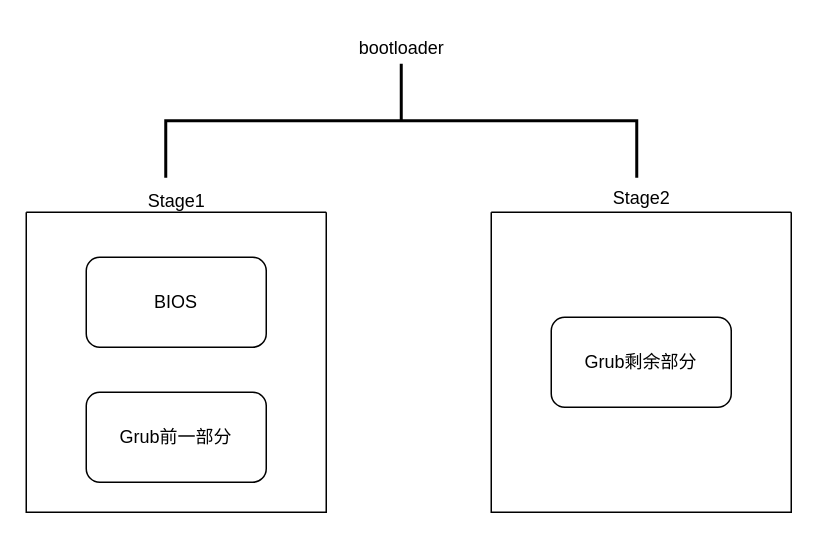
The draw.io diagram 操作系统.drawio in dx2331lxz/drawio, before the edit. Source tidied: cells renumbered, new cells numbered last; positions are measured from the earlier drawing's top-left corner, leaving out a move shared by most shapes. Both pictures are drawn from the tidied source at 150%, with x=0, y=0 at pixel (26, -116).
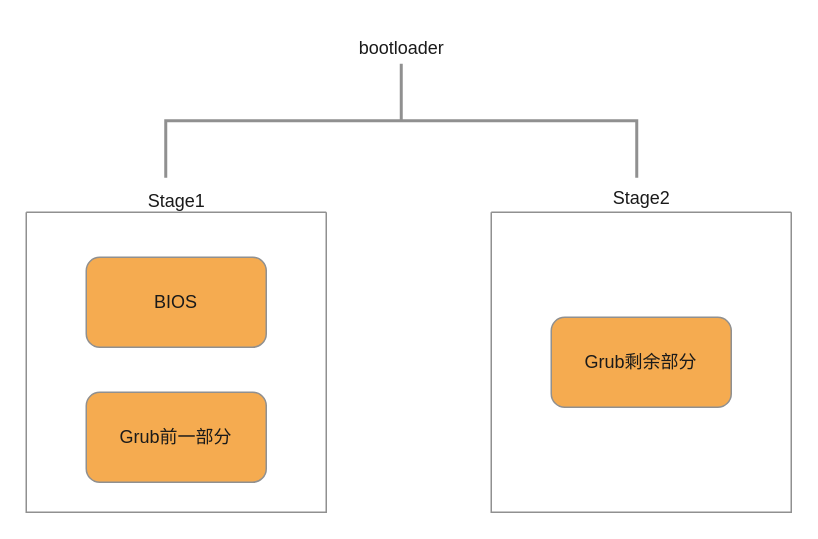
The same diagram, later.

Commit message:
更新操作系统.drawio

What changed in the source:
```diff
@@
 <mxGraphModel>
   <root>
     <mxCell id="0" />
     <mxCell id="1" parent="0" />
+    <mxCell id="13" style="group;labelBackgroundColor=none;fontColor=#1A1A1A;" parent="1" vertex="1">
+      <mxGeometry y="94" width="510" height="324" as="geometry" />
+    </mxCell>
-    <mxCell id="2" style="group;" parent="1" vertex="1">
-      <mxGeometry y="196" width="200" height="222" as="geometry" />
+    <mxCell id="2" style="group;labelBackgroundColor=none;fontColor=#1A1A1A;" parent="13" vertex="1">
+      <mxGeometry y="102" width="200" height="222" as="geometry" />
     </mxCell>
-    <mxCell id="3" style="swimlane;startSize=0;" parent="2" vertex="1">
+    <mxCell id="3" style="swimlane;startSize=0;labelBackgroundColor=none;fillColor=#F5AB50;strokeColor=#909090;fontColor=#1A1A1A;" parent="2" vertex="1">
       <mxGeometry y="22" width="200" height="200" as="geometry" />
     </mxCell>
-    <mxCell id="4" value="BIOS" style="rounded=1;whiteSpace=wrap;html=1;" parent="3" vertex="1">
+    <mxCell id="4" value="BIOS" style="rounded=1;whiteSpace=wrap;html=1;labelBackgroundColor=none;fillColor=#F5AB50;strokeColor=#909090;fontColor=#1A1A1A;" parent="3" vertex="1">
       <mxGeometry x="40" y="30" width="120" height="60" as="geometry" />
     </mxCell>
-    <mxCell id="5" value="Grub前一部分" style="rounded=1;whiteSpace=wrap;html=1;" parent="3" vertex="1">
+    <mxCell id="5" value="Grub前一部分" style="rounded=1;whiteSpace=wrap;html=1;labelBackgroundColor=none;fillColor=#F5AB50;strokeColor=#909090;fontColor=#1A1A1A;" parent="3" vertex="1">
       <mxGeometry x="40" y="120" width="120" height="60" as="geometry" />
     </mxCell>
-    <mxCell id="6" value="Stage1" style="text;html=1;align=center;verticalAlign=middle;strokeColor=none;fillColor=none;" parent="2" vertex="1">
+    <mxCell id="6" value="Stage1" style="text;html=1;align=center;verticalAlign=middle;strokeColor=none;fillColor=none;labelBackgroundColor=none;fontColor=#1A1A1A;" parent="2" vertex="1">
       <mxGeometry x="70" width="60" height="30" as="geometry" />
     </mxCell>
-    <mxCell id="7" style="group;" parent="1" vertex="1">
-      <mxGeometry x="310" y="194" width="200" height="224" as="geometry" />
+    <mxCell id="7" style="group;labelBackgroundColor=none;fontColor=#1A1A1A;" parent="13" vertex="1">
+      <mxGeometry x="310" y="100" width="200" height="224" as="geometry" />
     </mxCell>
-    <mxCell id="8" style="swimlane;startSize=0;" parent="7" vertex="1">
+    <mxCell id="8" style="swimlane;startSize=0;labelBackgroundColor=none;fillColor=#F5AB50;strokeColor=#909090;fontColor=#1A1A1A;" parent="7" vertex="1">
       <mxGeometry y="24" width="200" height="200" as="geometry" />
     </mxCell>
-    <mxCell id="9" value="Grub剩余部分" style="rounded=1;whiteSpace=wrap;html=1;" parent="8" vertex="1">
+    <mxCell id="9" value="Grub剩余部分" style="rounded=1;whiteSpace=wrap;html=1;labelBackgroundColor=none;fillColor=#F5AB50;strokeColor=#909090;fontColor=#1A1A1A;" parent="8" vertex="1">
       <mxGeometry x="40" y="70" width="120" height="60" as="geometry" />
     </mxCell>
-    <mxCell id="10" value="Stage2" style="text;html=1;align=center;verticalAlign=middle;strokeColor=none;fillColor=none;" parent="7" vertex="1">
+    <mxCell id="10" value="Stage2" style="text;html=1;align=center;verticalAlign=middle;strokeColor=none;fillColor=none;labelBackgroundColor=none;fontColor=#1A1A1A;" parent="7" vertex="1">
       <mxGeometry x="70" width="60" height="30" as="geometry" />
     </mxCell>
-    <mxCell id="11" style="strokeWidth=2;html=1;shape=mxgraph.flowchart.annotation_2;align=left;labelPosition=right;rotation=90;" parent="1" vertex="1">
-      <mxGeometry x="212" width="76" height="314" as="geometry" />
+    <mxCell id="11" style="strokeWidth=2;html=1;shape=mxgraph.flowchart.annotation_2;align=left;labelPosition=right;rotation=90;labelBackgroundColor=none;fillColor=#F5AB50;strokeColor=#909090;fontColor=#1A1A1A;" parent="13" vertex="1">
+      <mxGeometry x="212" y="-94" width="76" height="314" as="geometry" />
     </mxCell>
-    <mxCell id="12" value="bootloader" style="text;html=1;align=center;verticalAlign=middle;strokeColor=none;fillColor=none;" parent="1" vertex="1">
-      <mxGeometry x="210" y="94" width="80" height="30" as="geometry" />
+    <mxCell id="12" value="bootloader" style="text;html=1;align=center;verticalAlign=middle;strokeColor=none;fillColor=none;labelBackgroundColor=none;fontColor=#1A1A1A;" parent="13" vertex="1">
+      <mxGeometry x="210" width="80" height="30" as="geometry" />
     </mxCell>
   </root>
 </mxGraphModel>
```
